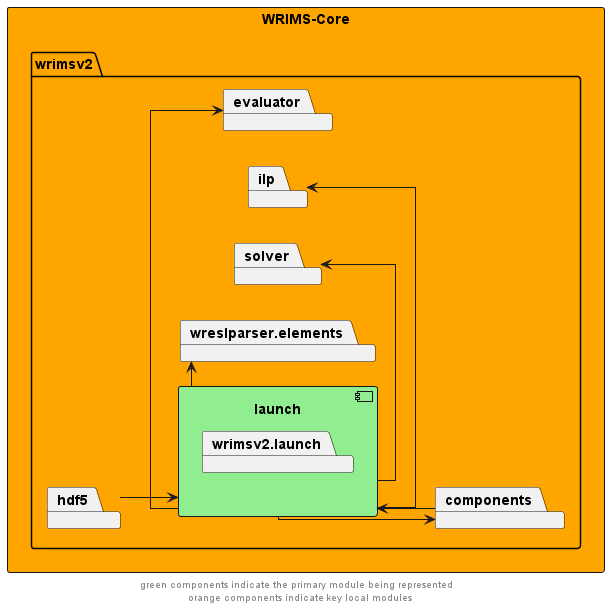
This is docs/diagrams/wrims-core/wrims-core_launch.png from CentralValleyModeling/wrims, a PlantUML export, as it was before one commit. Source of this version:
```plantuml
@startuml
left to right direction
skinparam linetype ortho

rectangle wrims_core as "WRIMS-Core" #orange {
        package wrimsv2{
            package launch {
                component launch #lightgreen {
                    package wrimsv2.launch
                }
            }
        package components
        package evaluator
        package solver
        package hdf5
        package ilp
        package wreslparser.elements

    }
}

launch -->  components
components --> launch

launch -left->  evaluator
launch -left->  ilp
launch -left->  solver

launch -r->  wreslparser.elements

hdf5 --> launch


footer "green components indicate the primary module being represented \n orange components indicate key local modules"
@enduml
```
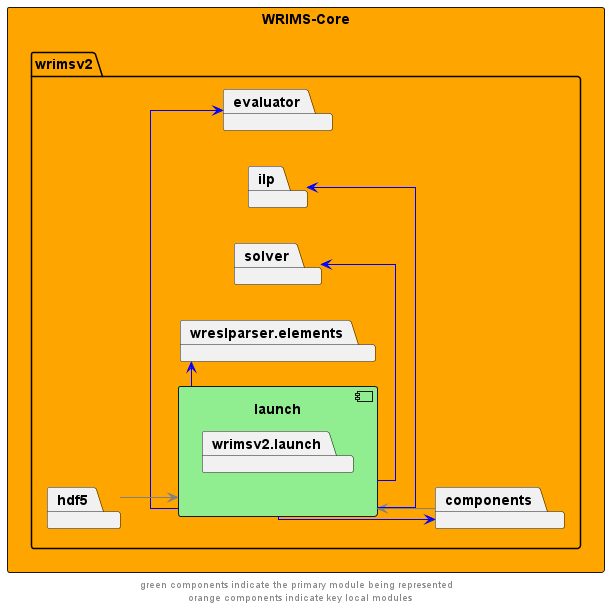
Above is the later version.

What changed in the source:
```diff
@@ -19,16 +19,16 @@
     }
 }
 
-launch -->  components
-components --> launch
+launch -->  components #blue
+components --> launch #grey
 
-launch -left->  evaluator
-launch -left->  ilp
-launch -left->  solver
+launch -left->  evaluator #blue
+launch -left->  ilp #blue
+launch -left->  solver #blue
 
-launch -r->  wreslparser.elements
+launch -r->  wreslparser.elements #blue
 
-hdf5 --> launch
+hdf5 --> launch #grey
 
 
 footer "green components indicate the primary module being represented \n orange components indicate key local modules"
```
